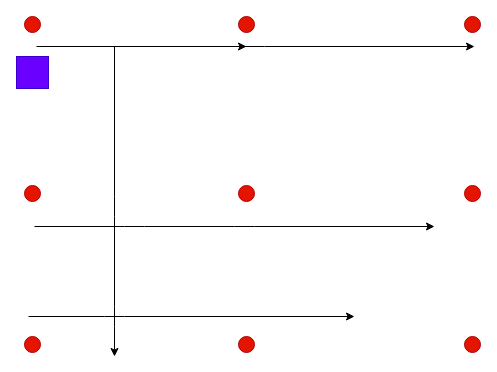
Before: examples/navigationSimulationRos/poi_test.drawio in lesunb/HMRSsim, a draw.io diagram. Source tidied: cells renumbered, new cells numbered last; positions are measured from the earlier drawing's top-left corner, leaving out a move shared by most shapes. Both pictures are drawn from the tidied source at 100%, with x=0, y=0 at pixel (16, 16).
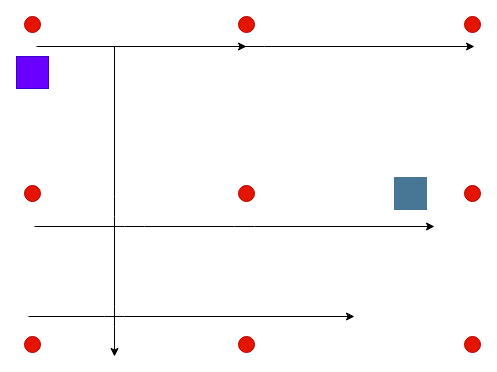
The same diagram, later.

Diff of the diagram source:
```diff
@@
+    <mxCell id="17" style="rounded=0;whiteSpace=wrap;html=1;fillColor=#487796;strokeColor=#487796;fontColor=#ffffff;" parent="1" vertex="1">
+      <mxGeometry x="378" y="161" width="32" height="32" as="geometry" />
+    </mxCell>
```
